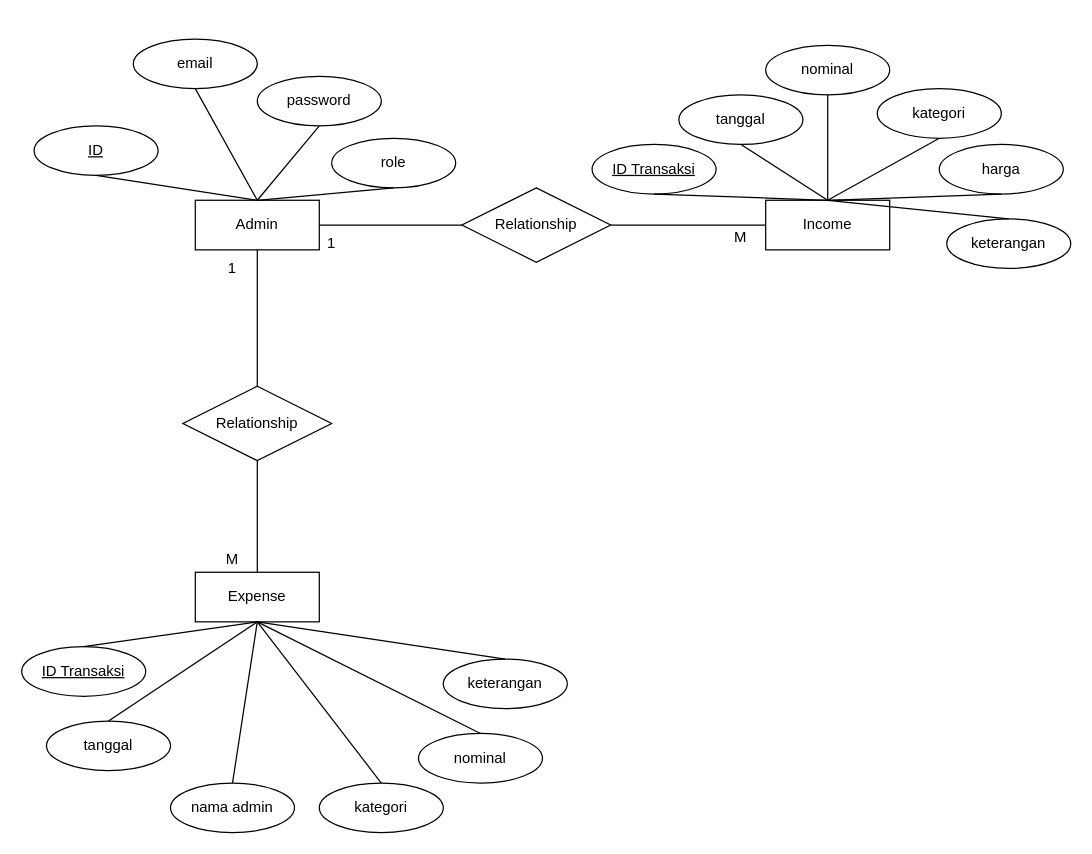
Joyce-Acia/PWL_Keuangan keeps this draw.io diagram as page "ERD" (1 of 2) of ERD Table.drawio. Above is the earlier version. Source tidied: cells renumbered, new cells numbered last; positions are measured from the earlier drawing's top-left corner, leaving out a move shared by most shapes. Both pictures are drawn from the tidied source at 124%, with x=0, y=0 at pixel (21, 38).
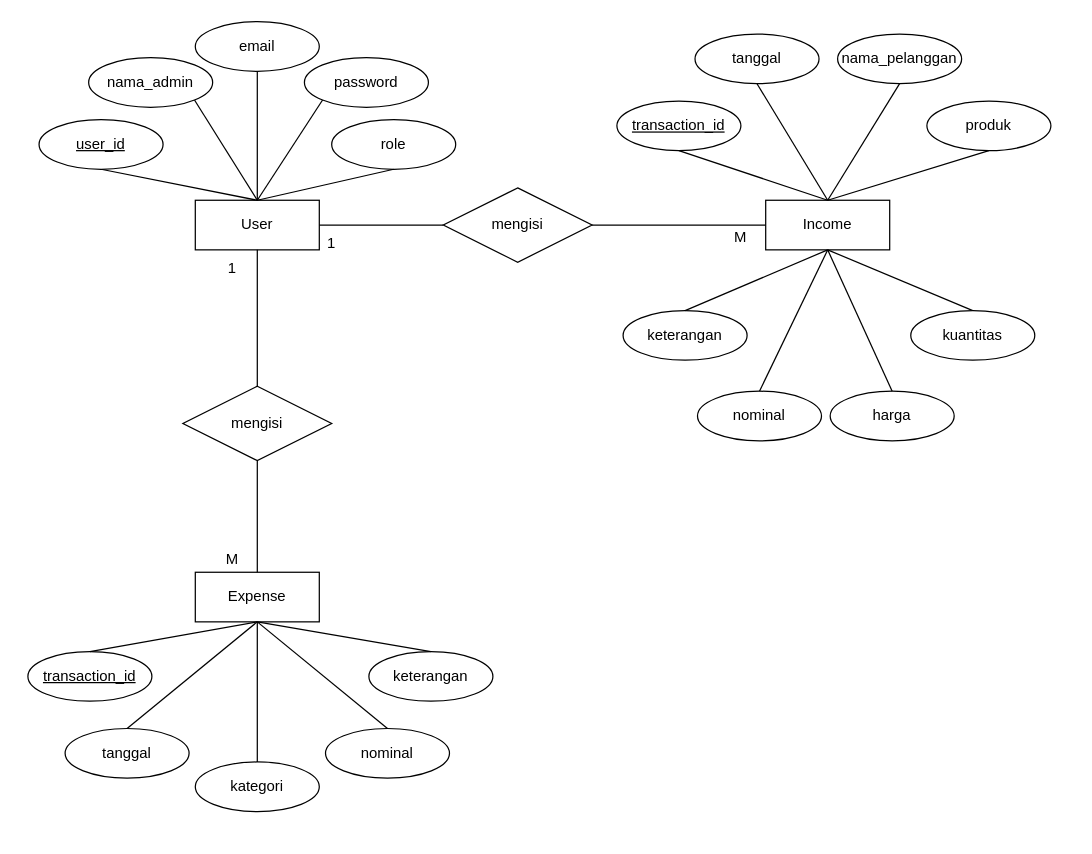
Above is the later version.

The change refers to these unchanged cells:
```xml
<mxCell id="3" value="Income" style="whiteSpace=wrap;html=1;align=center;" parent="1" vertex="1">
  <mxGeometry x="600" y="130" width="100" height="40" as="geometry" />
</mxCell>
<mxCell id="22" value="Expense" style="whiteSpace=wrap;html=1;align=center;" parent="1" vertex="1">
  <mxGeometry x="140" y="430" width="100" height="40" as="geometry" />
</mxCell>
```

Change to the diagram source:
```diff
@@
-    <mxCell id="2" value="Admin" style="whiteSpace=wrap;html=1;align=center;" parent="1" vertex="1">
+    <mxCell id="2" value="User" style="whiteSpace=wrap;html=1;align=center;" parent="1" vertex="1">
       <mxGeometry x="140" y="130" width="100" height="40" as="geometry" />
     </mxCell>
@@
-    <mxCell id="4" value="ID" style="ellipse;whiteSpace=wrap;html=1;align=center;fontStyle=4;" parent="1" vertex="1">
-      <mxGeometry x="10" y="70" width="100" height="40" as="geometry" />
-    </mxCell>
     <mxCell id="5" value="password" style="ellipse;whiteSpace=wrap;html=1;align=center;" parent="1" vertex="1">
-      <mxGeometry x="190" y="30" width="100" height="40" as="geometry" />
+      <mxGeometry x="228" y="15" width="100" height="40" as="geometry" />
     </mxCell>
     <mxCell id="6" value="email" style="ellipse;whiteSpace=wrap;html=1;align=center;" parent="1" vertex="1">
-      <mxGeometry x="90" width="100" height="40" as="geometry" />
+      <mxGeometry x="140" y="-14" width="100" height="40" as="geometry" />
     </mxCell>
-    <mxCell id="7" style="endArrow=none;html=1;rounded=0;fontSize=12;startSize=8;endSize=8;curved=1;exitX=0.5;exitY=1;exitDx=0;exitDy=0;entryX=0.5;entryY=0;entryDx=0;entryDy=0;" parent="1" edge="1" source="4" target="2">
-      <mxGeometry relative="1" as="geometry" />
-    </mxCell>
@@
-    <mxCell id="9" style="endArrow=none;html=1;rounded=0;fontSize=12;startSize=8;endSize=8;curved=1;exitX=0.5;exitY=1;exitDx=0;exitDy=0;" parent="1" edge="1" source="5">
+    <mxCell id="9" style="endArrow=none;html=1;rounded=0;fontSize=12;startSize=8;endSize=8;curved=1;exitX=0;exitY=1;exitDx=0;exitDy=0;" parent="1" edge="1" source="5">
       <mxGeometry relative="1" as="geometry">
         <mxPoint x="190" y="130" as="targetPoint" />
       </mxGeometry>
     </mxCell>
     <mxCell id="10" value="role" style="ellipse;whiteSpace=wrap;html=1;align=center;" parent="1" vertex="1">
-      <mxGeometry x="250" y="80" width="100" height="40" as="geometry" />
+      <mxGeometry x="250" y="65" width="100" height="40" as="geometry" />
     </mxCell>
@@
-    <mxCell id="12" value="ID Transaksi" style="ellipse;whiteSpace=wrap;html=1;align=center;fontStyle=4;" parent="1" vertex="1">
-      <mxGeometry x="460" y="85" width="100" height="40" as="geometry" />
+    <mxCell id="12" value="transaction_id" style="ellipse;whiteSpace=wrap;html=1;align=center;fontStyle=4;" parent="1" vertex="1">
+      <mxGeometry x="480" y="50" width="100" height="40" as="geometry" />
     </mxCell>
     <mxCell id="13" value="tanggal" style="ellipse;whiteSpace=wrap;html=1;align=center;" parent="1" vertex="1">
-      <mxGeometry x="530" y="45" width="100" height="40" as="geometry" />
+      <mxGeometry x="543" y="-4" width="100" height="40" as="geometry" />
     </mxCell>
     <mxCell id="14" value="nominal" style="ellipse;whiteSpace=wrap;html=1;align=center;" parent="1" vertex="1">
-      <mxGeometry x="600" y="5" width="100" height="40" as="geometry" />
+      <mxGeometry x="545" y="284" width="100" height="40" as="geometry" />
     </mxCell>
-    <mxCell id="15" value="kategori" style="ellipse;whiteSpace=wrap;html=1;align=center;" parent="1" vertex="1">
-      <mxGeometry x="690" y="40" width="100" height="40" as="geometry" />
+    <mxCell id="15" value="produk" style="ellipse;whiteSpace=wrap;html=1;align=center;" parent="1" vertex="1">
+      <mxGeometry x="730" y="50" width="100" height="40" as="geometry" />
     </mxCell>
     <mxCell id="16" value="harga" style="ellipse;whiteSpace=wrap;html=1;align=center;" parent="1" vertex="1">
-      <mxGeometry x="740" y="85" width="100" height="40" as="geometry" />
+      <mxGeometry x="652" y="284" width="100" height="40" as="geometry" />
     </mxCell>
@@
-    <mxCell id="19" style="endArrow=none;html=1;rounded=0;fontSize=12;startSize=8;endSize=8;curved=1;exitX=0.5;exitY=1;exitDx=0;exitDy=0;entryX=0.5;entryY=0;entryDx=0;entryDy=0;" parent="1" edge="1" source="14" target="3">
+    <mxCell id="19" style="endArrow=none;html=1;rounded=0;fontSize=12;startSize=8;endSize=8;curved=1;exitX=0.5;exitY=0;exitDx=0;exitDy=0;entryX=0.5;entryY=1;entryDx=0;entryDy=0;" parent="1" edge="1" source="14" target="3">
       <mxGeometry relative="1" as="geometry" />
     </mxCell>
@@
-    <mxCell id="21" style="endArrow=none;html=1;rounded=0;fontSize=12;startSize=8;endSize=8;curved=1;exitX=0.5;exitY=1;exitDx=0;exitDy=0;entryX=0.5;entryY=0;entryDx=0;entryDy=0;" parent="1" edge="1" source="16" target="3">
+    <mxCell id="21" style="endArrow=none;html=1;rounded=0;fontSize=12;startSize=8;endSize=8;curved=1;exitX=0.5;exitY=0;exitDx=0;exitDy=0;entryX=0.5;entryY=1;entryDx=0;entryDy=0;" parent="1" edge="1" source="16" target="3">
       <mxGeometry relative="1" as="geometry" />
     </mxCell>
@@
-    <mxCell id="23" value="ID Transaksi" style="ellipse;whiteSpace=wrap;html=1;align=center;fontStyle=4;" parent="1" vertex="1">
-      <mxGeometry y="490" width="100" height="40" as="geometry" />
+    <mxCell id="23" value="transaction_id" style="ellipse;whiteSpace=wrap;html=1;align=center;fontStyle=4;" parent="1" vertex="1">
+      <mxGeometry x="5" y="494" width="100" height="40" as="geometry" />
     </mxCell>
     <mxCell id="24" value="tanggal" style="ellipse;whiteSpace=wrap;html=1;align=center;" parent="1" vertex="1">
-      <mxGeometry x="20" y="550" width="100" height="40" as="geometry" />
+      <mxGeometry x="35" y="556" width="100" height="40" as="geometry" />
     </mxCell>
     <mxCell id="25" value="nominal" style="ellipse;whiteSpace=wrap;html=1;align=center;" parent="1" vertex="1">
-      <mxGeometry x="320" y="560" width="100" height="40" as="geometry" />
+      <mxGeometry x="245" y="556" width="100" height="40" as="geometry" />
     </mxCell>
     <mxCell id="26" value="kategori" style="ellipse;whiteSpace=wrap;html=1;align=center;" parent="1" vertex="1">
-      <mxGeometry x="240" y="600" width="100" height="40" as="geometry" />
+      <mxGeometry x="140" y="583" width="100" height="40" as="geometry" />
     </mxCell>
     <mxCell id="27" value="keterangan" style="ellipse;whiteSpace=wrap;html=1;align=center;" parent="1" vertex="1">
-      <mxGeometry x="340" y="500" width="100" height="40" as="geometry" />
+      <mxGeometry x="280" y="494" width="100" height="40" as="geometry" />
     </mxCell>
@@
-    <mxCell id="33" value="nama admin" style="ellipse;whiteSpace=wrap;html=1;align=center;" parent="1" vertex="1">
-      <mxGeometry x="120" y="600" width="100" height="40" as="geometry" />
-    </mxCell>
-    <mxCell id="34" style="endArrow=none;html=1;rounded=0;fontSize=12;startSize=8;endSize=8;curved=1;exitX=0.5;exitY=0;exitDx=0;exitDy=0;entryX=0.5;entryY=1;entryDx=0;entryDy=0;" parent="1" edge="1" source="33" target="22">
-      <mxGeometry relative="1" as="geometry" />
-    </mxCell>
-    <mxCell id="35" value="Relationship" style="shape=rhombus;perimeter=rhombusPerimeter;whiteSpace=wrap;html=1;align=center;" parent="1" vertex="1">
+    <mxCell id="35" value="mengisi" style="shape=rhombus;perimeter=rhombusPerimeter;whiteSpace=wrap;html=1;align=center;" parent="1" vertex="1">
       <mxGeometry x="130" y="280" width="120" height="60" as="geometry" />
     </mxCell>
-    <mxCell id="36" value="Relationship" style="shape=rhombus;perimeter=rhombusPerimeter;whiteSpace=wrap;html=1;align=center;" parent="1" vertex="1">
-      <mxGeometry x="355" y="120" width="120" height="60" as="geometry" />
+    <mxCell id="36" value="mengisi" style="shape=rhombus;perimeter=rhombusPerimeter;whiteSpace=wrap;html=1;align=center;" parent="1" vertex="1">
+      <mxGeometry x="340" y="120" width="120" height="60" as="geometry" />
     </mxCell>
@@
     <mxCell id="45" value="keterangan" style="ellipse;whiteSpace=wrap;html=1;align=center;" parent="1" vertex="1">
-      <mxGeometry x="746" y="145" width="100" height="40" as="geometry" />
+      <mxGeometry x="485" y="219" width="100" height="40" as="geometry" />
     </mxCell>
+    <mxCell id="47" value="nama_pelanggan" style="ellipse;whiteSpace=wrap;html=1;align=center;" parent="1" vertex="1">
+      <mxGeometry x="658" y="-4" width="100" height="40" as="geometry" />
+    </mxCell>
+    <mxCell id="48" style="endArrow=none;html=1;rounded=0;fontSize=12;startSize=8;endSize=8;curved=1;exitX=0.5;exitY=1;exitDx=0;exitDy=0;entryX=0.5;entryY=0;entryDx=0;entryDy=0;" parent="1" edge="1" source="47" target="3">
+      <mxGeometry relative="1" as="geometry" />
+    </mxCell>
-    <mxCell id="46" style="endArrow=none;html=1;rounded=0;fontSize=12;startSize=8;endSize=8;curved=1;exitX=0.5;exitY=0;exitDx=0;exitDy=0;entryX=0.5;entryY=0;entryDx=0;entryDy=0;" parent="1" edge="1" source="45" target="3">
+    <mxCell id="46" style="endArrow=none;html=1;rounded=0;fontSize=12;startSize=8;endSize=8;curved=1;exitX=0.5;exitY=0;exitDx=0;exitDy=0;entryX=0.5;entryY=1;entryDx=0;entryDy=0;" parent="1" edge="1" source="45" target="3">
       <mxGeometry relative="1" as="geometry" />
     </mxCell>
+    <mxCell id="49" value="nama_admin" style="ellipse;whiteSpace=wrap;html=1;align=center;" parent="1" vertex="1">
+      <mxGeometry x="54" y="15" width="100" height="40" as="geometry" />
+    </mxCell>
+    <mxCell id="50" style="endArrow=none;html=1;rounded=0;fontSize=12;startSize=8;endSize=8;curved=1;exitX=1;exitY=1;exitDx=0;exitDy=0;entryX=0.5;entryY=0;entryDx=0;entryDy=0;" parent="1" edge="1" source="49" target="2">
+      <mxGeometry relative="1" as="geometry" />
+    </mxCell>
+    <mxCell id="51" style="endArrow=none;html=1;rounded=0;fontSize=12;startSize=8;endSize=8;curved=1;exitX=0.5;exitY=1;exitDx=0;exitDy=0;entryX=0.5;entryY=0;entryDx=0;entryDy=0;" parent="1" edge="1" source="52" target="2">
+      <mxGeometry relative="1" as="geometry" />
+    </mxCell>
+    <mxCell id="52" value="user_id" style="ellipse;whiteSpace=wrap;html=1;align=center;fontStyle=4;" parent="1" vertex="1">
+      <mxGeometry x="14" y="65" width="100" height="40" as="geometry" />
+    </mxCell>
+    <mxCell id="53" style="endArrow=none;html=1;rounded=0;fontSize=12;startSize=8;endSize=8;curved=1;exitX=0.5;exitY=0;exitDx=0;exitDy=0;entryX=0.5;entryY=1;entryDx=0;entryDy=0;" parent="1" edge="1" source="54" target="3">
+      <mxGeometry relative="1" as="geometry" />
+    </mxCell>
+    <mxCell id="54" value="kuantitas" style="ellipse;whiteSpace=wrap;html=1;align=center;" parent="1" vertex="1">
+      <mxGeometry x="717" y="219" width="100" height="40" as="geometry" />
+    </mxCell>
```
